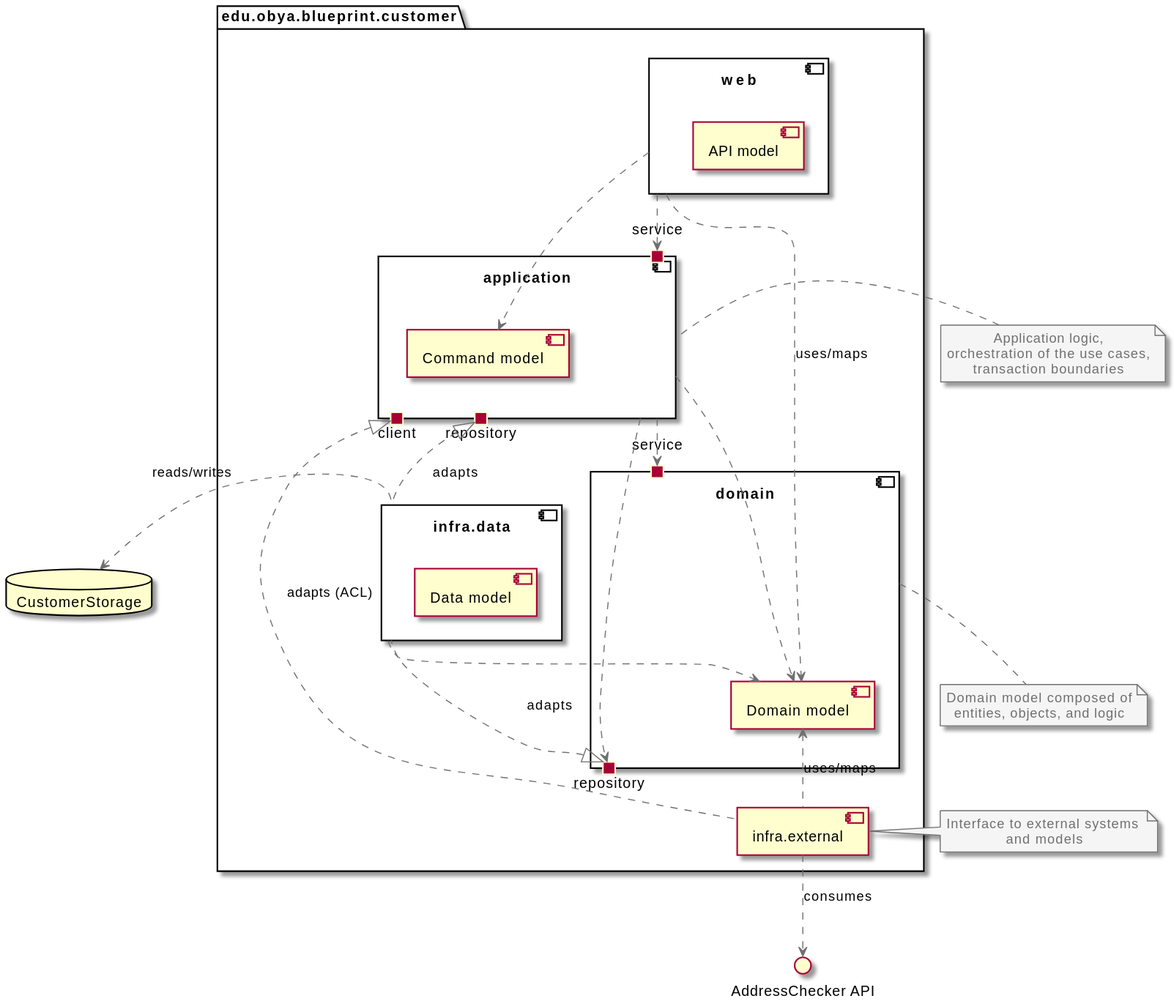
The PlantUML diagram uml/hexagonal.svg in vondacho/arch-blueprint-kotlin, before a commit.
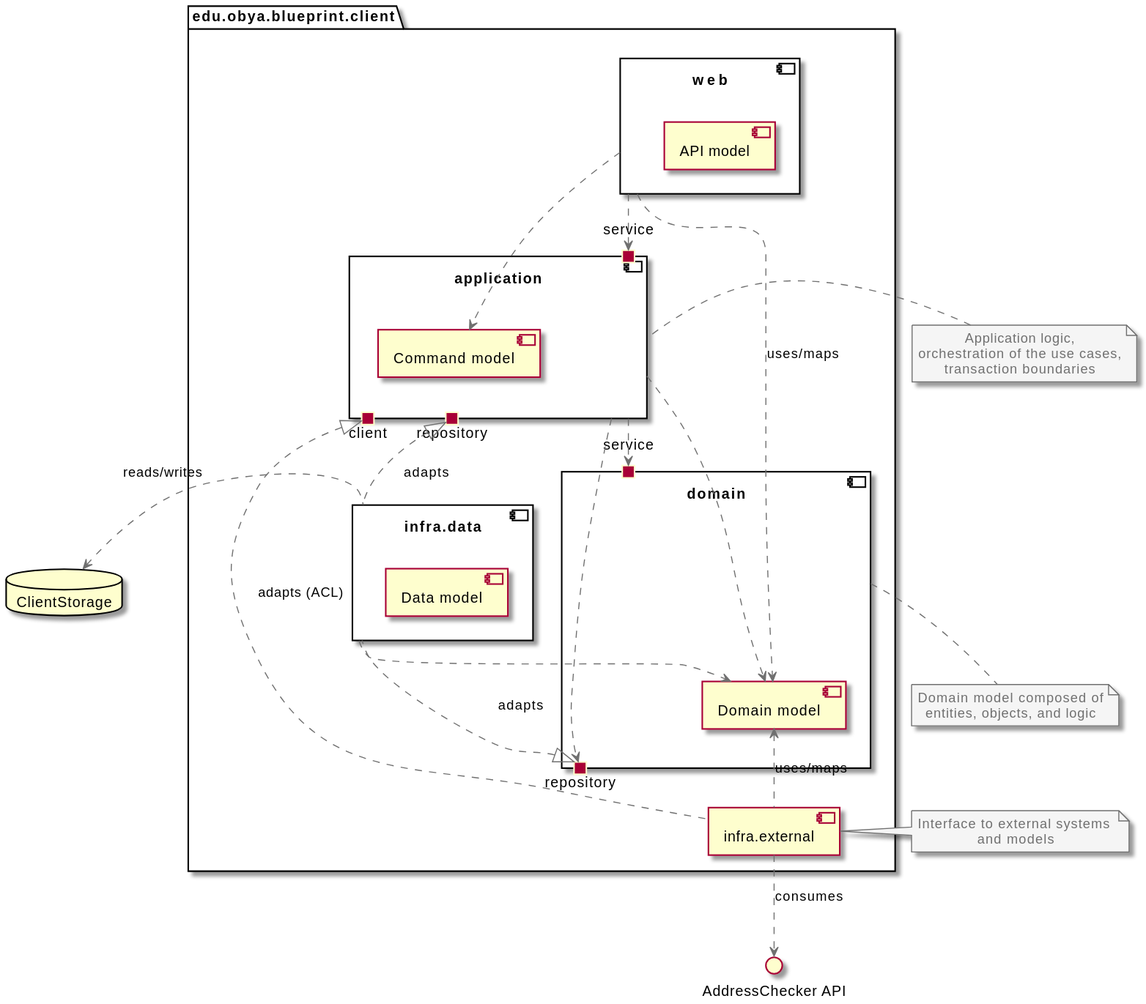
After the commit.

The edit, as a diff of the source:
```diff
@@ -3,7 +3,7 @@
 !includeurl https://raw.githubusercontent.com/skleanthous/C4-PlantumlSkin/master/build/output/general/general.puml
 !includeurl https://raw.githubusercontent.com/skleanthous/C4-PlantumlSkin/master/build/output/general/notes.puml
 
-package edu.obya.blueprint.customer {
+package edu.obya.blueprint.client {
 
 component application as appl {
     portin service as appls
@@ -30,7 +30,7 @@
 
 }
 
-database CustomerStorage as db
+database ClientStorage as db
 () "AddressChecker API" as addrc
 
 web ..> appls
```
